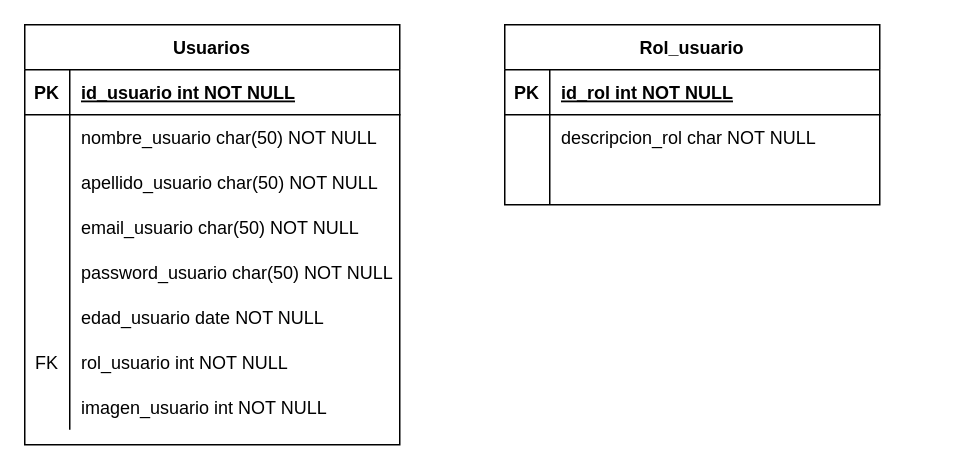
guillote87/Testing keeps this draw.io diagram as Der_Usuarios.drawio. Above is the earlier version. Source tidied: cells renumbered, new cells numbered last; positions are measured from the earlier drawing's top-left corner, leaving out a move shared by most shapes. Both pictures are drawn from the tidied source at 150%, with x=0, y=0 at pixel (24, 24).
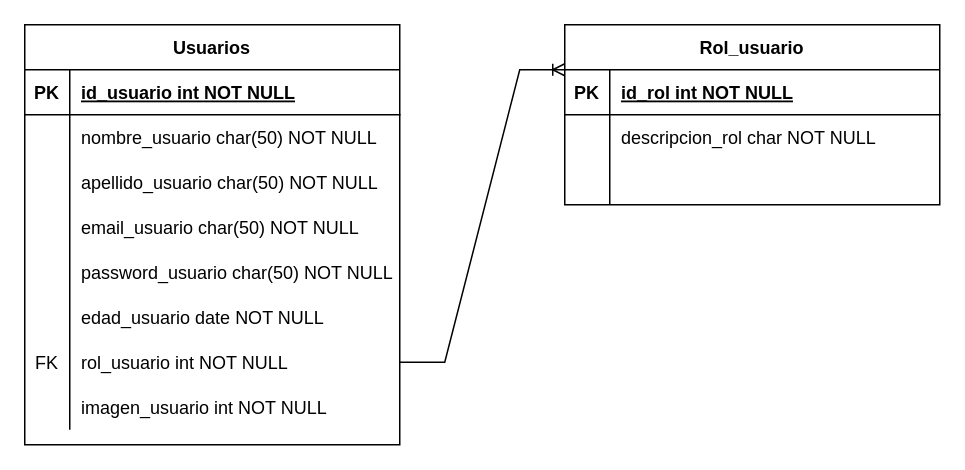
The same diagram, later.

Unchanged cells that the change refers to:
```xml
<mxCell id="31" style="shape=partialRectangle;fillColor=none;points=[[0,0.5],[1,0.5]];portConstraint=eastwest;top=0;left=0;right=0;bottom=0;" parent="12" vertex="1">
  <mxGeometry y="210" width="250" height="30" as="geometry" />
</mxCell>
```

Change to the diagram source:
```diff
@@
     <mxCell id="2" value="Rol_usuario" style="shape=table;startSize=30;childLayout=tableLayout;rowLines=0;fontStyle=1;align=center;" parent="1" vertex="1">
-      <mxGeometry x="320" width="250" height="120" as="geometry" />
+      <mxGeometry x="360" width="250" height="120" as="geometry" />
     </mxCell>
@@
+    <mxCell id="37" style="edgeStyle=entityRelationEdgeStyle;fontSize=12;html=1;endArrow=ERoneToMany;rounded=0;exitX=1;exitY=0.5;exitDx=0;exitDy=0;" parent="1" edge="1" source="31">
+      <mxGeometry relative="1" as="geometry">
+        <mxPoint x="360" y="30" as="targetPoint" />
+      </mxGeometry>
+    </mxCell>
```
